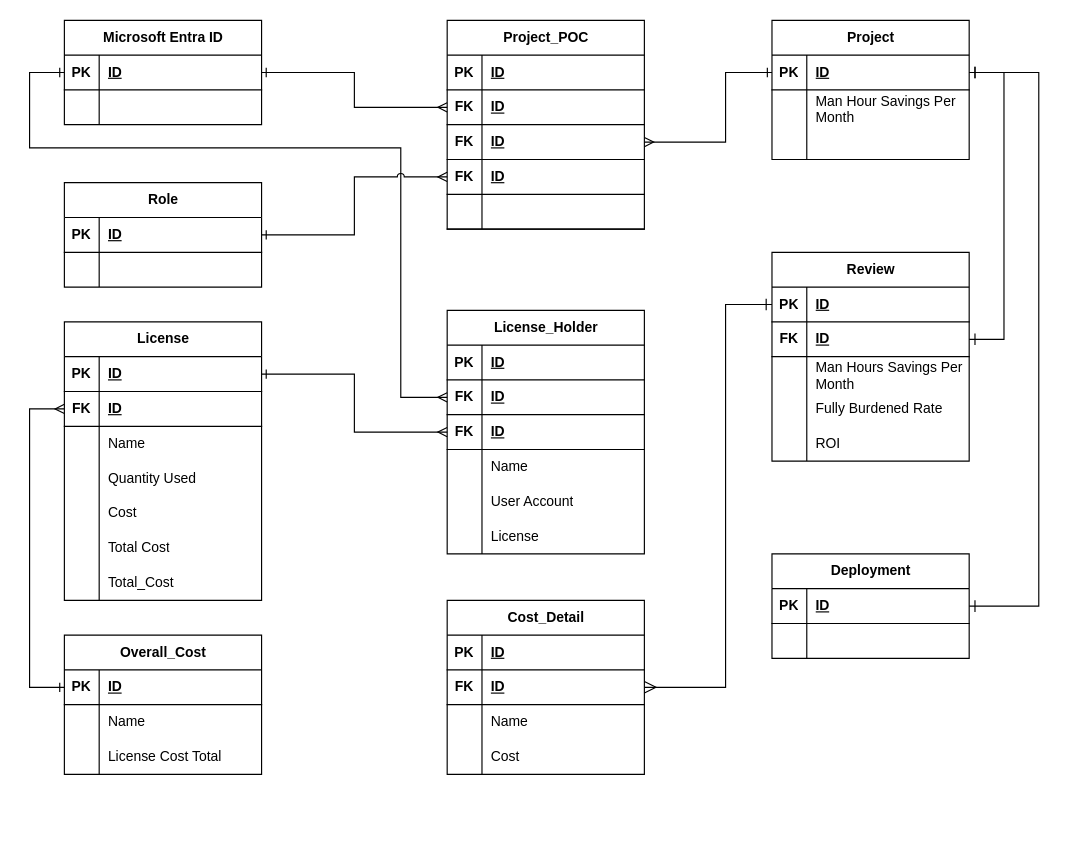
The draw.io diagram page "Option-3y" (1 of 2) of erd-projint-01.drawio in josjreyes/ProjectIntake, before the edit. Source tidied: cells renumbered, new cells numbered last; positions are measured from the earlier drawing's top-left corner, leaving out a move shared by most shapes. Both pictures are drawn from the tidied source at 116%, with x=0, y=0 at pixel (29, 20).
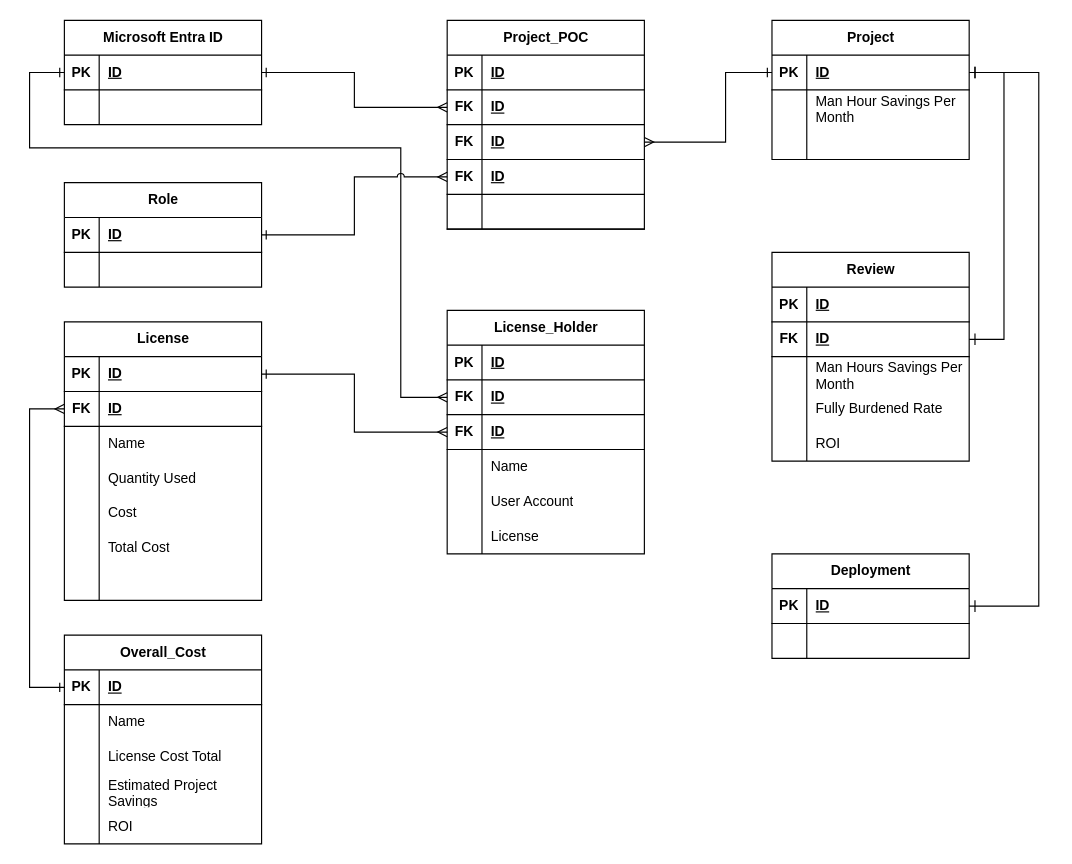
After the change.

The change refers to these unchanged cells:
```xml
<mxCell id="31" style="shape=tableRow;horizontal=0;startSize=0;swimlaneHead=0;swimlaneBody=0;fillColor=none;top=0;left=0;right=0;bottom=0;" parent="12" vertex="1">
  <mxGeometry y="210" width="170" height="30" as="geometry" />
</mxCell>
<mxCell id="63" style="shape=tableRow;horizontal=0;startSize=0;swimlaneHead=0;swimlaneBody=0;fillColor=none;points=[[0,0.5],[1,0.5]];portConstraint=eastwest;top=0;left=0;right=0;bottom=1;" parent="62" vertex="1">
  <mxGeometry y="30" width="170" height="30" as="geometry" />
</mxCell>
```

Change to the diagram source:
```diff
@@
-    <mxCell id="33" value="Total_Cost" style="shape=partialRectangle;fillColor=none;top=0;left=0;bottom=0;right=0;align=left;spacingLeft=6;overflow=hidden;whiteSpace=wrap;html=1;" parent="31" vertex="1">
+    <mxCell id="33" style="shape=partialRectangle;fillColor=none;top=0;left=0;bottom=0;right=0;align=left;spacingLeft=6;overflow=hidden;whiteSpace=wrap;html=1;" parent="31" vertex="1">
       <mxGeometry x="30" width="140" height="30" as="geometry" />
     </mxCell>
-    <mxCell id="34" value="Cost_Detail" style="shape=table;startSize=30;childLayout=tableLayout;rowLines=0;fontStyle=1;align=center;html=1;" parent="1" vertex="1">
-      <mxGeometry x="360" y="500" width="170" height="150" as="geometry" />
-    </mxCell>
-    <mxCell id="35" style="shape=tableRow;horizontal=0;startSize=0;swimlaneHead=0;swimlaneBody=0;fillColor=none;top=0;left=0;right=0;bottom=1;" parent="34" vertex="1">
-      <mxGeometry y="30" width="170" height="30" as="geometry" />
-    </mxCell>
-    <mxCell id="36" value="PK" style="shape=partialRectangle;fillColor=none;top=0;left=0;bottom=0;right=0;fontStyle=1;overflow=hidden;whiteSpace=wrap;html=1;" parent="35" vertex="1">
-      <mxGeometry width="30" height="30" as="geometry" />
-    </mxCell>
-    <mxCell id="37" value="ID" style="shape=partialRectangle;fillColor=none;top=0;left=0;bottom=0;right=0;align=left;spacingLeft=6;fontStyle=5;overflow=hidden;whiteSpace=wrap;html=1;" parent="35" vertex="1">
-      <mxGeometry x="30" width="140" height="30" as="geometry" />
-    </mxCell>
-    <mxCell id="38" style="shape=tableRow;horizontal=0;startSize=0;swimlaneHead=0;swimlaneBody=0;fillColor=none;points=[[0,0.5],[1,0.5]];portConstraint=eastwest;top=0;left=0;right=0;bottom=1;" parent="34" vertex="1">
-      <mxGeometry y="60" width="170" height="30" as="geometry" />
-    </mxCell>
-    <mxCell id="39" value="FK" style="shape=partialRectangle;fillColor=none;top=0;left=0;bottom=0;right=0;fontStyle=1;overflow=hidden;whiteSpace=wrap;html=1;" parent="38" vertex="1">
-      <mxGeometry width="30" height="30" as="geometry" />
-    </mxCell>
-    <mxCell id="40" value="ID" style="shape=partialRectangle;fillColor=none;top=0;left=0;bottom=0;right=0;align=left;spacingLeft=6;fontStyle=5;overflow=hidden;whiteSpace=wrap;html=1;" parent="38" vertex="1">
-      <mxGeometry x="30" width="140" height="30" as="geometry" />
-    </mxCell>
-    <mxCell id="41" style="shape=tableRow;horizontal=0;startSize=0;swimlaneHead=0;swimlaneBody=0;fillColor=none;top=0;left=0;right=0;bottom=0;" parent="34" vertex="1">
-      <mxGeometry y="90" width="170" height="30" as="geometry" />
-    </mxCell>
-    <mxCell id="42" style="shape=partialRectangle;fillColor=none;top=0;left=0;bottom=0;right=0;overflow=hidden;whiteSpace=wrap;html=1;" parent="41" vertex="1">
-      <mxGeometry width="30" height="30" as="geometry" />
-    </mxCell>
-    <mxCell id="43" value="Name" style="shape=partialRectangle;fillColor=none;top=0;left=0;bottom=0;right=0;align=left;spacingLeft=6;overflow=hidden;whiteSpace=wrap;html=1;" parent="41" vertex="1">
-      <mxGeometry x="30" width="140" height="30" as="geometry" />
-    </mxCell>
-    <mxCell id="44" style="shape=tableRow;horizontal=0;startSize=0;swimlaneHead=0;swimlaneBody=0;fillColor=none;top=0;left=0;right=0;bottom=0;" parent="34" vertex="1">
-      <mxGeometry y="120" width="170" height="30" as="geometry" />
-    </mxCell>
-    <mxCell id="45" style="shape=partialRectangle;fillColor=none;top=0;left=0;bottom=0;right=0;overflow=hidden;whiteSpace=wrap;html=1;" parent="44" vertex="1">
-      <mxGeometry width="30" height="30" as="geometry" />
-    </mxCell>
-    <mxCell id="46" value="Cost" style="shape=partialRectangle;fillColor=none;top=0;left=0;bottom=0;right=0;align=left;spacingLeft=6;overflow=hidden;whiteSpace=wrap;html=1;" parent="44" vertex="1">
-      <mxGeometry x="30" width="140" height="30" as="geometry" />
-    </mxCell>
@@
-    <mxCell id="97" style="edgeStyle=orthogonalEdgeStyle;rounded=0;jettySize=auto;html=1;entryX=1;entryY=0.5;entryDx=0;entryDy=0;fontSize=12;startSize=8;endSize=8;exitX=0;exitY=0.5;exitDx=0;exitDy=0;startArrow=ERone;startFill=0;endArrow=ERmany;endFill=0;" parent="1" edge="1" source="63" target="38">
-      <mxGeometry relative="1" as="geometry">
-        <Array as="points">
-          <mxPoint x="600" y="245" />
-          <mxPoint x="600" y="575" />
-        </Array>
-      </mxGeometry>
-    </mxCell>
@@
     <mxCell id="127" value="Overall_Cost" style="shape=table;startSize=30;childLayout=tableLayout;rowLines=0;fontStyle=1;align=center;html=1;" parent="1" vertex="1">
-      <mxGeometry x="30" y="530" width="170" height="120" as="geometry" />
+      <mxGeometry x="30" y="530" width="170" height="180" as="geometry" />
     </mxCell>
@@
+    <mxCell id="44" style="shape=tableRow;horizontal=0;startSize=0;swimlaneHead=0;swimlaneBody=0;fillColor=none;top=0;left=0;right=0;bottom=0;" parent="127" vertex="1">
+      <mxGeometry y="120" width="170" height="30" as="geometry" />
+    </mxCell>
+    <mxCell id="138" style="shape=partialRectangle;fillColor=none;top=0;left=0;bottom=0;right=0;overflow=hidden;whiteSpace=wrap;html=1;" parent="44" vertex="1">
+      <mxGeometry width="30" height="30" as="geometry" />
+    </mxCell>
+    <mxCell id="139" value="Estimated Project Savings&lt;span style=&quot;white-space: pre;&quot;&gt;&#9;&lt;/span&gt;" style="shape=partialRectangle;fillColor=none;top=0;left=0;bottom=0;right=0;align=left;spacingLeft=6;overflow=hidden;whiteSpace=wrap;html=1;" parent="44" vertex="1">
+      <mxGeometry x="30" width="140" height="30" as="geometry" />
+    </mxCell>
+    <mxCell id="140" style="shape=tableRow;horizontal=0;startSize=0;swimlaneHead=0;swimlaneBody=0;fillColor=none;top=0;left=0;right=0;bottom=0;" parent="127" vertex="1">
+      <mxGeometry y="150" width="170" height="30" as="geometry" />
+    </mxCell>
+    <mxCell id="141" style="shape=partialRectangle;fillColor=none;top=0;left=0;bottom=0;right=0;overflow=hidden;whiteSpace=wrap;html=1;" parent="140" vertex="1">
+      <mxGeometry width="30" height="30" as="geometry" />
+    </mxCell>
+    <mxCell id="142" value="ROI" style="shape=partialRectangle;fillColor=none;top=0;left=0;bottom=0;right=0;align=left;spacingLeft=6;overflow=hidden;whiteSpace=wrap;html=1;" parent="140" vertex="1">
+      <mxGeometry x="30" width="140" height="30" as="geometry" />
+    </mxCell>
```
